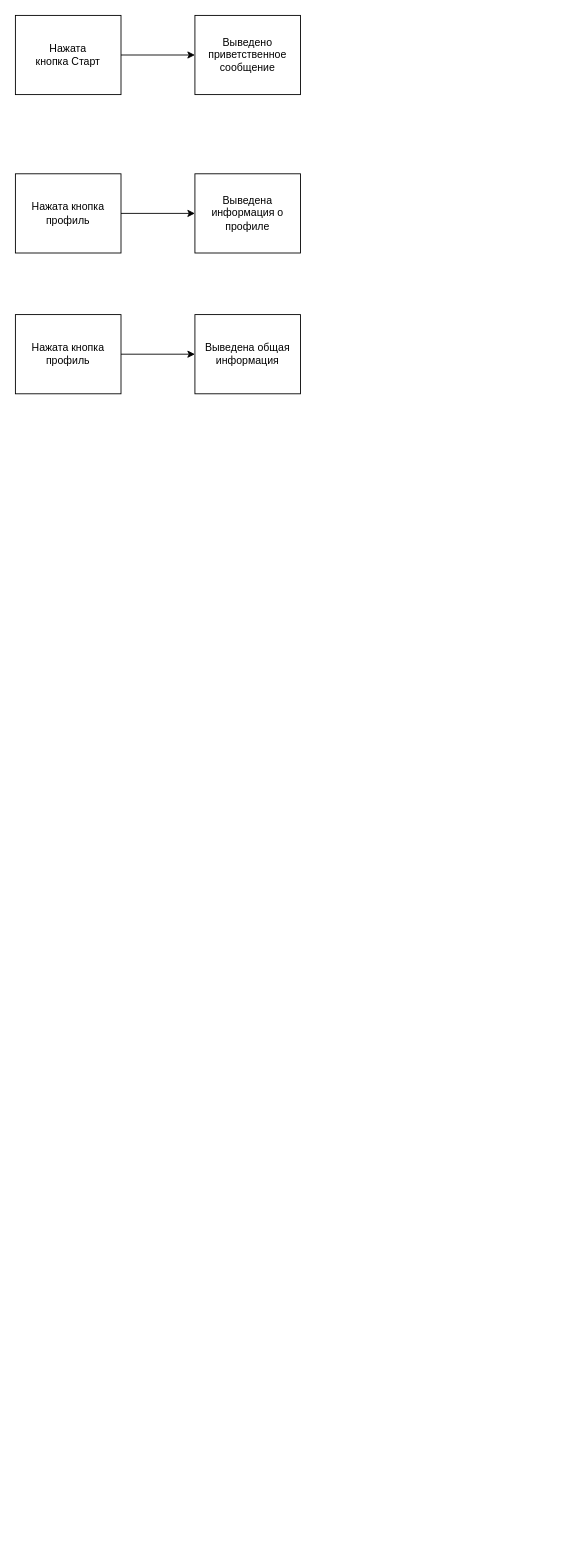
The draw.io diagram Диаграмма без названия.drawio in mmskazak/mmsvpn, before the edit. Source tidied: cells renumbered, new cells numbered last; positions are measured from the earlier drawing's top-left corner, leaving out a move shared by most shapes. Both pictures are drawn from the tidied source at 88%, with x=0, y=0 at pixel (15, 15).
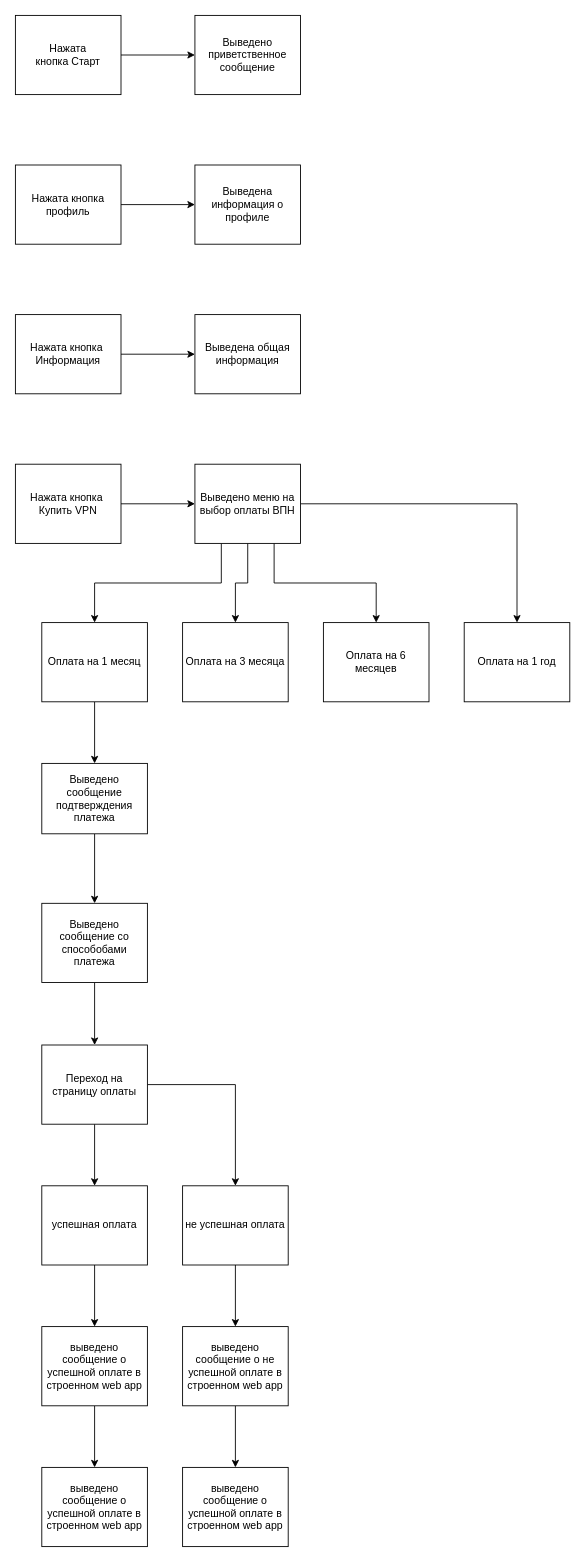
After the change.

Change to the diagram source:
```diff
@@
     <mxCell id="6" value="Нажата кнопка профиль" style="rounded=0;whiteSpace=wrap;html=1;" parent="1" vertex="1">
-      <mxGeometry y="180" width="120" height="90" as="geometry" />
+      <mxGeometry y="170" width="120" height="90" as="geometry" />
     </mxCell>
     <mxCell id="7" value="Выведена информация о профиле" style="rounded=0;whiteSpace=wrap;html=1;" parent="1" vertex="1">
-      <mxGeometry x="204" y="180" width="120" height="90" as="geometry" />
+      <mxGeometry x="204" y="170" width="120" height="90" as="geometry" />
     </mxCell>
@@
-    <mxCell id="9" value="Нажата кнопка профиль" style="rounded=0;whiteSpace=wrap;html=1;" parent="1" vertex="1">
+    <mxCell id="9" value="Нажата кнопка&amp;nbsp;&lt;br&gt;Информация" style="rounded=0;whiteSpace=wrap;html=1;" parent="1" vertex="1">
       <mxGeometry y="340" width="120" height="90" as="geometry" />
     </mxCell>
@@
+    <mxCell id="11" style="edgeStyle=orthogonalEdgeStyle;rounded=0;jettySize=auto;html=1;" parent="1" edge="1" source="12" target="17">
+      <mxGeometry relative="1" as="geometry" />
+    </mxCell>
+    <mxCell id="12" value="Нажата кнопка&amp;nbsp;&lt;br&gt;Купить VPN" style="rounded=0;whiteSpace=wrap;html=1;" parent="1" vertex="1">
+      <mxGeometry y="510" width="120" height="90" as="geometry" />
+    </mxCell>
+    <mxCell id="13" style="edgeStyle=orthogonalEdgeStyle;rounded=0;jettySize=auto;html=1;exitX=0.25;exitY=1;exitDx=0;exitDy=0;entryX=0.5;entryY=0;entryDx=0;entryDy=0;" parent="1" edge="1" source="17" target="19">
+      <mxGeometry relative="1" as="geometry" />
+    </mxCell>
+    <mxCell id="14" style="edgeStyle=orthogonalEdgeStyle;rounded=0;jettySize=auto;html=1;exitX=0.5;exitY=1;exitDx=0;exitDy=0;" parent="1" edge="1" source="17" target="20">
+      <mxGeometry relative="1" as="geometry" />
+    </mxCell>
+    <mxCell id="15" style="edgeStyle=orthogonalEdgeStyle;rounded=0;jettySize=auto;html=1;exitX=0.75;exitY=1;exitDx=0;exitDy=0;entryX=0.5;entryY=0;entryDx=0;entryDy=0;" parent="1" edge="1" source="17" target="21">
+      <mxGeometry relative="1" as="geometry" />
+    </mxCell>
+    <mxCell id="16" style="edgeStyle=orthogonalEdgeStyle;rounded=0;jettySize=auto;html=1;entryX=0.5;entryY=0;entryDx=0;entryDy=0;" parent="1" edge="1" source="17" target="22">
+      <mxGeometry relative="1" as="geometry" />
+    </mxCell>
+    <mxCell id="17" value="Выведено меню на выбор оплаты ВПН" style="rounded=0;whiteSpace=wrap;html=1;" parent="1" vertex="1">
+      <mxGeometry x="204" y="510" width="120" height="90" as="geometry" />
+    </mxCell>
+    <mxCell id="18" style="edgeStyle=orthogonalEdgeStyle;rounded=0;jettySize=auto;html=1;" parent="1" edge="1" source="19" target="24">
+      <mxGeometry relative="1" as="geometry" />
+    </mxCell>
+    <mxCell id="19" value="Оплата на 1 месяц" style="rounded=0;whiteSpace=wrap;html=1;" parent="1" vertex="1">
+      <mxGeometry x="30" y="690" width="120" height="90" as="geometry" />
+    </mxCell>
+    <mxCell id="20" value="Оплата на 3 месяца" style="rounded=0;whiteSpace=wrap;html=1;" parent="1" vertex="1">
+      <mxGeometry x="190" y="690" width="120" height="90" as="geometry" />
+    </mxCell>
+    <mxCell id="21" value="Оплата на 6 месяцев" style="rounded=0;whiteSpace=wrap;html=1;" parent="1" vertex="1">
+      <mxGeometry x="350" y="690" width="120" height="90" as="geometry" />
+    </mxCell>
+    <mxCell id="22" value="Оплата на 1 год" style="rounded=0;whiteSpace=wrap;html=1;" parent="1" vertex="1">
+      <mxGeometry x="510" y="690" width="120" height="90" as="geometry" />
+    </mxCell>
+    <mxCell id="23" style="edgeStyle=orthogonalEdgeStyle;rounded=0;jettySize=auto;html=1;" parent="1" edge="1" source="24" target="26">
+      <mxGeometry relative="1" as="geometry" />
+    </mxCell>
+    <mxCell id="24" value="Выведено сообщение подтверждения платежа" style="rounded=0;whiteSpace=wrap;html=1;" parent="1" vertex="1">
+      <mxGeometry x="30" y="850" width="120" height="80" as="geometry" />
+    </mxCell>
+    <mxCell id="25" style="edgeStyle=orthogonalEdgeStyle;rounded=0;jettySize=auto;html=1;" parent="1" edge="1" source="26" target="29">
+      <mxGeometry relative="1" as="geometry" />
+    </mxCell>
+    <mxCell id="26" value="Выведено сообщение со способобами платежа" style="rounded=0;whiteSpace=wrap;html=1;" parent="1" vertex="1">
+      <mxGeometry x="30" y="1009" width="120" height="90" as="geometry" />
+    </mxCell>
+    <mxCell id="27" style="edgeStyle=orthogonalEdgeStyle;rounded=0;jettySize=auto;html=1;" parent="1" edge="1" source="29" target="31">
+      <mxGeometry relative="1" as="geometry" />
+    </mxCell>
+    <mxCell id="28" style="edgeStyle=orthogonalEdgeStyle;rounded=0;jettySize=auto;html=1;" parent="1" edge="1" source="29" target="33">
+      <mxGeometry relative="1" as="geometry" />
+    </mxCell>
+    <mxCell id="29" value="Переход на страницу оплаты" style="rounded=0;whiteSpace=wrap;html=1;" parent="1" vertex="1">
+      <mxGeometry x="30" y="1170" width="120" height="90" as="geometry" />
+    </mxCell>
+    <mxCell id="30" style="edgeStyle=orthogonalEdgeStyle;rounded=0;jettySize=auto;html=1;" parent="1" edge="1" source="31" target="35">
+      <mxGeometry relative="1" as="geometry" />
+    </mxCell>
+    <mxCell id="31" value="успешная оплата" style="rounded=0;whiteSpace=wrap;html=1;" parent="1" vertex="1">
+      <mxGeometry x="30" y="1330" width="120" height="90" as="geometry" />
+    </mxCell>
+    <mxCell id="32" style="edgeStyle=orthogonalEdgeStyle;rounded=0;jettySize=auto;html=1;" parent="1" edge="1" source="33" target="37">
+      <mxGeometry relative="1" as="geometry" />
+    </mxCell>
+    <mxCell id="33" value="не успешная оплата" style="rounded=0;whiteSpace=wrap;html=1;" parent="1" vertex="1">
+      <mxGeometry x="190" y="1330" width="120" height="90" as="geometry" />
+    </mxCell>
+    <mxCell id="34" style="edgeStyle=orthogonalEdgeStyle;rounded=0;jettySize=auto;html=1;" parent="1" edge="1" source="35" target="38">
+      <mxGeometry relative="1" as="geometry" />
+    </mxCell>
+    <mxCell id="35" value="выведено сообщение о успешной оплате в строенном web app" style="rounded=0;whiteSpace=wrap;html=1;" parent="1" vertex="1">
+      <mxGeometry x="30" y="1490" width="120" height="90" as="geometry" />
+    </mxCell>
+    <mxCell id="36" style="edgeStyle=orthogonalEdgeStyle;rounded=0;jettySize=auto;html=1;" parent="1" edge="1" source="37" target="39">
+      <mxGeometry relative="1" as="geometry" />
+    </mxCell>
+    <mxCell id="37" value="выведено сообщение о не успешной оплате в строенном web app" style="rounded=0;whiteSpace=wrap;html=1;" parent="1" vertex="1">
+      <mxGeometry x="190" y="1490" width="120" height="90" as="geometry" />
+    </mxCell>
+    <mxCell id="38" value="выведено сообщение о успешной оплате в строенном web app" style="rounded=0;whiteSpace=wrap;html=1;" parent="1" vertex="1">
+      <mxGeometry x="30" y="1650" width="120" height="90" as="geometry" />
+    </mxCell>
+    <mxCell id="39" value="выведено сообщение о успешной оплате в строенном web app" style="rounded=0;whiteSpace=wrap;html=1;" parent="1" vertex="1">
+      <mxGeometry x="190" y="1650" width="120" height="90" as="geometry" />
+    </mxCell>
```
